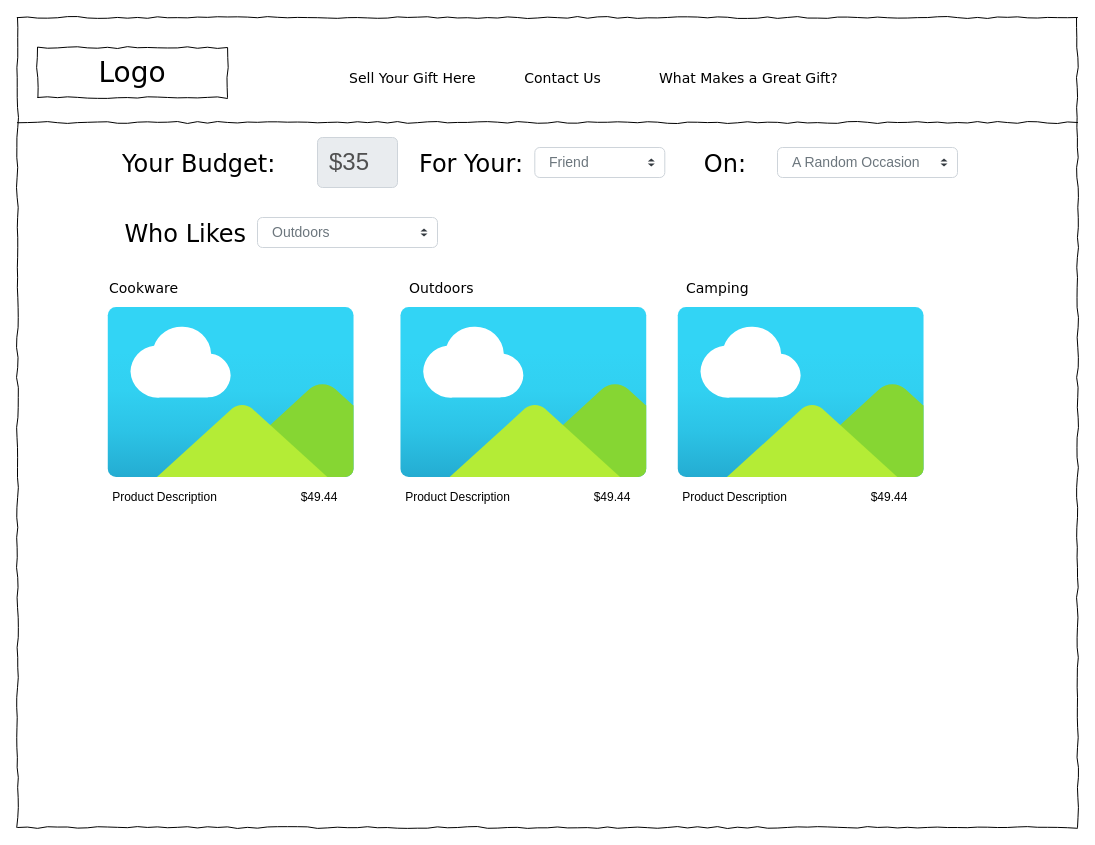
Before: Untitled Diagram.drawio in jamesdvance/video_code, a draw.io diagram. Source tidied: cells renumbered, new cells numbered last; positions are measured from the earlier drawing's top-left corner, leaving out a move shared by most shapes. Both pictures are drawn from the tidied source at 100%, with x=0, y=0 at pixel (17, 17). Pictures stored in the file or linked from it are replaced by grey dashed boxes.
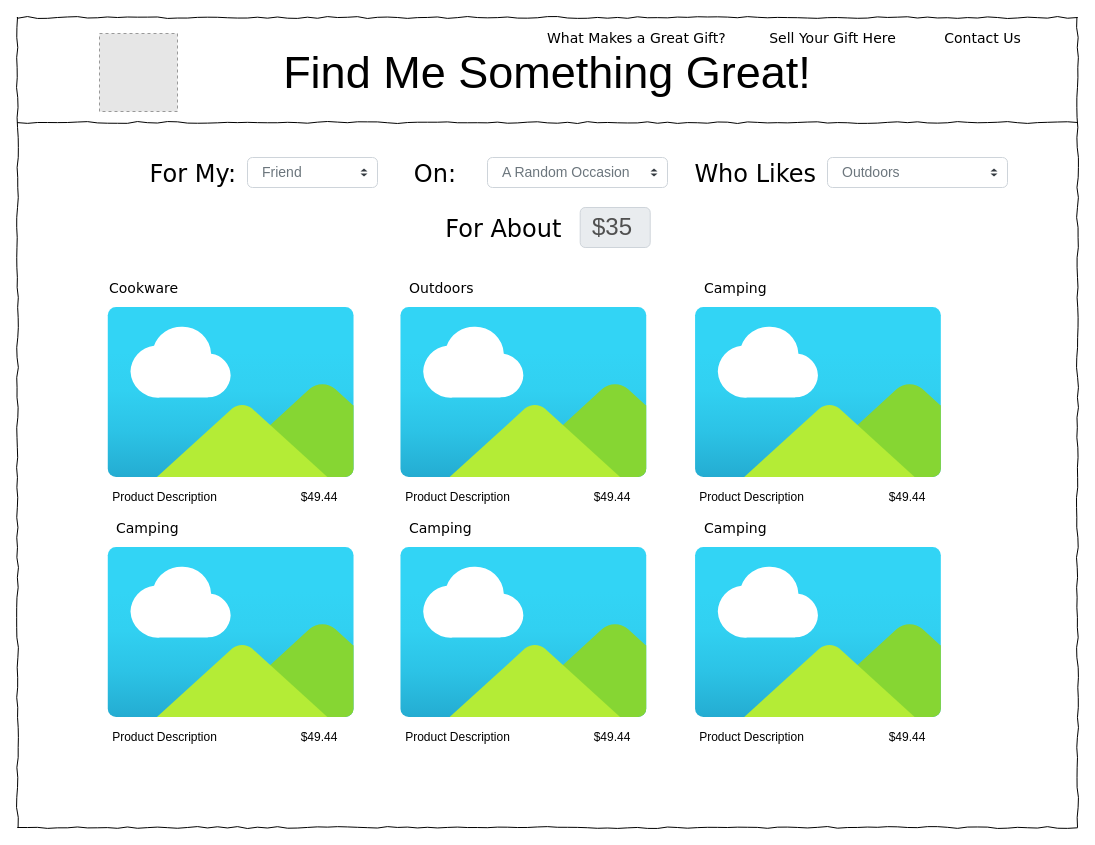
The same diagram, later.

Change to the diagram source:
```diff
@@
-    <mxCell id="3" value="Logo" style="whiteSpace=wrap;html=1;rounded=0;shadow=0;labelBackgroundColor=none;strokeWidth=1;fontFamily=Verdana;fontSize=28;align=center;comic=1;" parent="1" vertex="1">
-      <mxGeometry x="20" y="30" width="190" height="50" as="geometry" />
-    </mxCell>
@@
-    <mxCell id="5" value="Sell Your Gift Here" style="text;html=1;align=left;verticalAlign=top;spacingTop=-4;fontSize=14;fontFamily=Verdana;" parent="1" vertex="1">
-      <mxGeometry x="330" y="50" width="170" height="20" as="geometry" />
+    <mxCell id="5" value="Sell Your Gift Here" style="text;html=1;align=center;verticalAlign=top;spacingTop=-4;fontSize=14;fontFamily=Verdana;" parent="1" vertex="1">
+      <mxGeometry x="730" y="10" width="170" height="20" as="geometry" />
     </mxCell>
-    <mxCell id="6" value="&lt;font style=&quot;font-size: 24px&quot;&gt;Your Budget:&amp;nbsp;&lt;br&gt;&lt;br&gt;&lt;/font&gt;" style="text;html=1;align=right;verticalAlign=top;spacingTop=-4;fontSize=14;fontFamily=Verdana;" parent="1" vertex="1">
-      <mxGeometry x="97.3" y="130" width="170" height="30" as="geometry" />
-    </mxCell>
     <mxCell id="7" value="Contact Us" style="text;html=1;align=center;verticalAlign=top;spacingTop=-4;fontSize=14;fontFamily=Verdana;" parent="1" vertex="1">
-      <mxGeometry x="460" y="50" width="170" height="20" as="geometry" />
+      <mxGeometry x="880" y="10" width="170" height="20" as="geometry" />
     </mxCell>
@@
-    <mxCell id="9" value="&lt;font style=&quot;font-size: 24px&quot;&gt;$35&lt;/font&gt;" style="html=1;shadow=0;dashed=0;shape=mxgraph.bootstrap.rrect;rSize=5;strokeColor=#CED4DA;strokeWidth=1;fillColor=#E9ECEF;fontColor=#505050;whiteSpace=wrap;align=left;verticalAlign=middle;spacingLeft=10;fontSize=14;" parent="1" vertex="1">
-      <mxGeometry x="300" y="120" width="80" height="50" as="geometry" />
-    </mxCell>
     <mxCell id="10" value="What Makes a Great Gift?" style="text;html=1;align=left;verticalAlign=top;spacingTop=-4;fontSize=14;fontFamily=Verdana;" parent="1" vertex="1">
-      <mxGeometry x="640" y="50" width="180" height="20" as="geometry" />
+      <mxGeometry x="527.7" y="10" width="180" height="20" as="geometry" />
     </mxCell>
@@
     <mxCell id="18" value="Camping" style="text;html=1;align=left;verticalAlign=top;spacingTop=-4;fontSize=14;fontFamily=Verdana;" parent="1" vertex="1">
-      <mxGeometry x="667.3" y="260" width="170" height="20" as="geometry" />
+      <mxGeometry x="684.5" y="260" width="170" height="20" as="geometry" />
     </mxCell>
     <mxCell id="19" style="html=1;align=center;image;fontSize=12;image=img/lib/azure2/general/Image.svg;" parent="1" vertex="1">
-      <mxGeometry x="660" y="290" width="247.3" height="170" as="geometry" />
+      <mxGeometry x="677.3" y="290" width="247.3" height="170" as="geometry" />
     </mxCell>
     <mxCell id="20" value="Product Description" style="text;html=1;strokeColor=none;fillColor=none;align=center;verticalAlign=middle;whiteSpace=wrap;rounded=0;" parent="1" vertex="1">
-      <mxGeometry x="630" y="470" width="175" height="20" as="geometry" />
+      <mxGeometry x="647.3" y="470" width="175" height="20" as="geometry" />
     </mxCell>
     <mxCell id="21" value="$49.44" style="text;html=1;strokeColor=none;fillColor=none;align=center;verticalAlign=middle;whiteSpace=wrap;rounded=0;" parent="1" vertex="1">
-      <mxGeometry x="837.3" y="470" width="70" height="20" as="geometry" />
+      <mxGeometry x="854.5" y="470" width="70" height="20" as="geometry" />
     </mxCell>
-    <mxCell id="22" value="&lt;font style=&quot;font-size: 24px&quot;&gt;For Your:&lt;br&gt;&lt;/font&gt;" style="text;html=1;align=right;verticalAlign=top;spacingTop=-4;fontSize=14;fontFamily=Verdana;" parent="1" vertex="1">
-      <mxGeometry x="337.3" y="130" width="170" height="30" as="geometry" />
+    <mxCell id="22" value="&lt;font style=&quot;font-size: 24px&quot;&gt;For My:&lt;br&gt;&lt;/font&gt;" style="text;html=1;align=right;verticalAlign=top;spacingTop=-4;fontSize=14;fontFamily=Verdana;" parent="1" vertex="1">
+      <mxGeometry x="50" y="140" width="170" height="30" as="geometry" />
     </mxCell>
     <mxCell id="23" value="Friend" style="html=1;shadow=0;dashed=0;shape=mxgraph.bootstrap.rrect;rSize=5;fillColor=#ffffff;strokeColor=#CED4DA;align=left;spacing=15;fontSize=14;fontColor=#6C767D;" parent="1" vertex="1">
-      <mxGeometry x="517.3" y="130" width="130" height="30" as="geometry" />
+      <mxGeometry x="230" y="140" width="130" height="30" as="geometry" />
     </mxCell>
@@
     <mxCell id="26" value="&lt;font style=&quot;font-size: 24px&quot;&gt;Who Likes&lt;br&gt;&lt;/font&gt;" style="text;html=1;align=right;verticalAlign=top;spacingTop=-4;fontSize=14;fontFamily=Verdana;" parent="1" vertex="1">
-      <mxGeometry x="60" y="200" width="170" height="30" as="geometry" />
+      <mxGeometry x="630" y="140" width="170" height="30" as="geometry" />
     </mxCell>
     <mxCell id="27" value="&lt;font style=&quot;font-size: 24px&quot;&gt;On:&lt;br&gt;&lt;/font&gt;" style="text;html=1;align=right;verticalAlign=top;spacingTop=-4;fontSize=14;fontFamily=Verdana;" parent="1" vertex="1">
-      <mxGeometry x="660" y="130" width="70" height="30" as="geometry" />
+      <mxGeometry x="370" y="140" width="70" height="30" as="geometry" />
     </mxCell>
     <mxCell id="28" value="A Random Occasion" style="html=1;shadow=0;dashed=0;shape=mxgraph.bootstrap.rrect;rSize=5;fillColor=#ffffff;strokeColor=#CED4DA;align=left;spacing=15;fontSize=14;fontColor=#6C767D;" parent="1" vertex="1">
-      <mxGeometry x="760" y="130" width="180" height="30" as="geometry" />
+      <mxGeometry x="470" y="140" width="180" height="30" as="geometry" />
     </mxCell>
@@
     <mxCell id="31" value="Outdoors" style="html=1;shadow=0;dashed=0;shape=mxgraph.bootstrap.rrect;rSize=5;fillColor=#ffffff;strokeColor=#CED4DA;align=left;spacing=15;fontSize=14;fontColor=#6C767D;" parent="1" vertex="1">
-      <mxGeometry x="240" y="200" width="180" height="30" as="geometry" />
+      <mxGeometry x="810" y="140" width="180" height="30" as="geometry" />
     </mxCell>
@@
+    <mxCell id="34" value="&lt;font style=&quot;font-size: 24px&quot;&gt;For About&amp;nbsp;&lt;br&gt;&lt;/font&gt;" style="text;html=1;align=right;verticalAlign=top;spacingTop=-4;fontSize=14;fontFamily=Verdana;" parent="1" vertex="1">
+      <mxGeometry x="382.7" y="195" width="170" height="30" as="geometry" />
+    </mxCell>
+    <mxCell id="9" value="&lt;font style=&quot;font-size: 24px&quot;&gt;$35&lt;/font&gt;" style="html=1;shadow=0;dashed=0;shape=mxgraph.bootstrap.rrect;rSize=5;strokeColor=#CED4DA;strokeWidth=1;fillColor=#E9ECEF;fontColor=#505050;whiteSpace=wrap;align=left;verticalAlign=middle;spacingLeft=10;fontSize=14;" parent="1" vertex="1">
+      <mxGeometry x="562.7" y="190" width="70" height="40" as="geometry" />
+    </mxCell>
+    <mxCell id="35" value="Find Me Something Great!" style="text;html=1;strokeColor=none;fillColor=none;align=center;verticalAlign=middle;whiteSpace=wrap;rounded=0;fontSize=45;" parent="1" vertex="1">
+      <mxGeometry x="160" y="45" width="740" height="20" as="geometry" />
+    </mxCell>
+    <mxCell id="36" value="Camping" style="text;html=1;align=left;verticalAlign=top;spacingTop=-4;fontSize=14;fontFamily=Verdana;" parent="1" vertex="1">
+      <mxGeometry x="97.3" y="500" width="170" height="20" as="geometry" />
+    </mxCell>
+    <mxCell id="37" style="html=1;align=center;image;fontSize=12;image=img/lib/azure2/general/Image.svg;" parent="1" vertex="1">
+      <mxGeometry x="90" y="530" width="247.3" height="170" as="geometry" />
+    </mxCell>
+    <mxCell id="38" value="Product Description" style="text;html=1;strokeColor=none;fillColor=none;align=center;verticalAlign=middle;whiteSpace=wrap;rounded=0;" parent="1" vertex="1">
+      <mxGeometry x="60" y="710" width="175" height="20" as="geometry" />
+    </mxCell>
+    <mxCell id="39" value="$49.44" style="text;html=1;strokeColor=none;fillColor=none;align=center;verticalAlign=middle;whiteSpace=wrap;rounded=0;" parent="1" vertex="1">
+      <mxGeometry x="267.3" y="710" width="70" height="20" as="geometry" />
+    </mxCell>
+    <mxCell id="40" value="Camping" style="text;html=1;align=left;verticalAlign=top;spacingTop=-4;fontSize=14;fontFamily=Verdana;" parent="1" vertex="1">
+      <mxGeometry x="390" y="500" width="170" height="20" as="geometry" />
+    </mxCell>
+    <mxCell id="41" style="html=1;align=center;image;fontSize=12;image=img/lib/azure2/general/Image.svg;" parent="1" vertex="1">
+      <mxGeometry x="382.7" y="530" width="247.3" height="170" as="geometry" />
+    </mxCell>
+    <mxCell id="42" value="Product Description" style="text;html=1;strokeColor=none;fillColor=none;align=center;verticalAlign=middle;whiteSpace=wrap;rounded=0;" parent="1" vertex="1">
+      <mxGeometry x="352.7" y="710" width="175" height="20" as="geometry" />
+    </mxCell>
+    <mxCell id="43" value="$49.44" style="text;html=1;strokeColor=none;fillColor=none;align=center;verticalAlign=middle;whiteSpace=wrap;rounded=0;" parent="1" vertex="1">
+      <mxGeometry x="560" y="710" width="70" height="20" as="geometry" />
+    </mxCell>
+    <mxCell id="44" value="Camping" style="text;html=1;align=left;verticalAlign=top;spacingTop=-4;fontSize=14;fontFamily=Verdana;" parent="1" vertex="1">
+      <mxGeometry x="684.5" y="500" width="170" height="20" as="geometry" />
+    </mxCell>
+    <mxCell id="45" style="html=1;align=center;image;fontSize=12;image=img/lib/azure2/general/Image.svg;" parent="1" vertex="1">
+      <mxGeometry x="677.3" y="530" width="247.3" height="170" as="geometry" />
+    </mxCell>
+    <mxCell id="46" value="Product Description" style="text;html=1;strokeColor=none;fillColor=none;align=center;verticalAlign=middle;whiteSpace=wrap;rounded=0;" parent="1" vertex="1">
+      <mxGeometry x="647.3" y="710" width="175" height="20" as="geometry" />
+    </mxCell>
+    <mxCell id="47" value="$49.44" style="text;html=1;strokeColor=none;fillColor=none;align=center;verticalAlign=middle;whiteSpace=wrap;rounded=0;" parent="1" vertex="1">
+      <mxGeometry x="854.5" y="710" width="70" height="20" as="geometry" />
+    </mxCell>
+    <mxCell id="48" style="fillColor=#E6E6E6;strokeColor=#999999;dashed=1;html=1;verticalAlign=top;verticalLabelPosition=bottom;labelBackgroundColor=#ffffff;fontSize=45;" parent="1" vertex="1">
+      <mxGeometry x="82" y="16" width="78" height="78" as="geometry" />
+    </mxCell>
```
